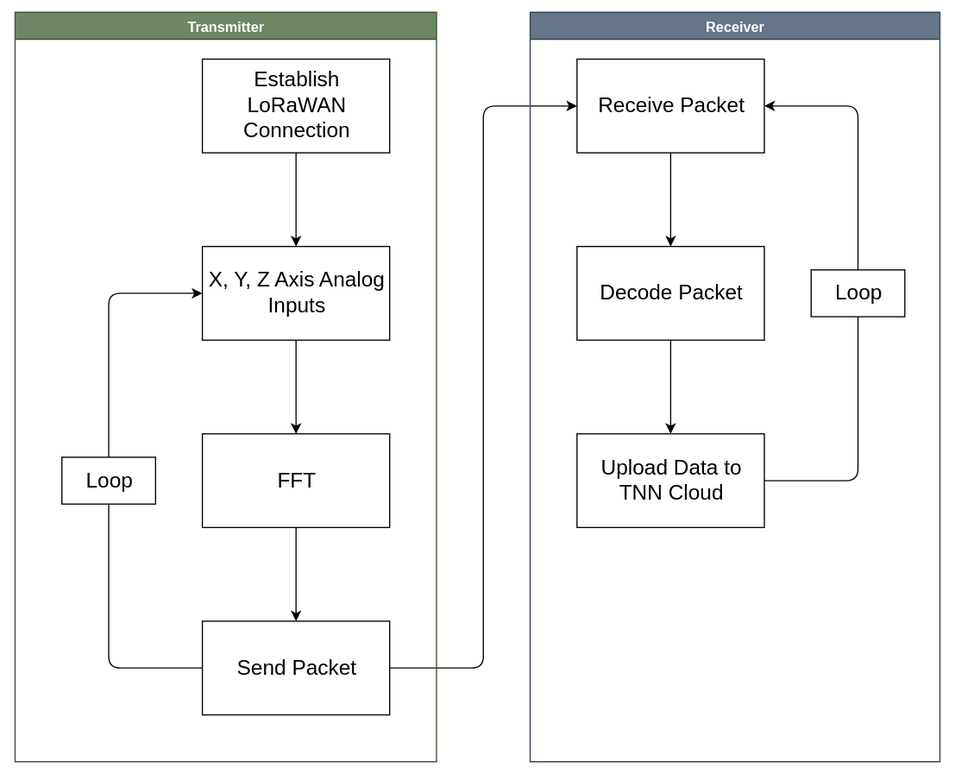
The draw.io diagram Thesis Notebook/Prototype/Documentation/High Level SW Diagram.svg in JessyBarber/Jessy-Thesis, before a commit. Source tidied: cells renumbered, new cells last; positions are measured from the earlier drawing's top-left corner, leaving out a move shared by most shapes. Source of this version:
```xml
<mxGraphModel>
  <root>
    <mxCell id="0" />
    <mxCell id="1" parent="0" />
    <mxCell id="2" style="edgeStyle=none;html=1;" parent="1" edge="1" source="3" target="5">
      <mxGeometry relative="1" as="geometry" />
    </mxCell>
    <mxCell id="3" value="&lt;font style=&quot;font-size: 18px&quot;&gt;Establish LoRaWAN Connection&lt;/font&gt;" style="rounded=0;whiteSpace=wrap;html=1;" parent="1" vertex="1">
      <mxGeometry x="160" y="40" width="160" height="80" as="geometry" />
    </mxCell>
    <mxCell id="4" style="edgeStyle=none;html=1;" parent="1" edge="1" source="5" target="7">
      <mxGeometry relative="1" as="geometry" />
    </mxCell>
    <mxCell id="5" value="&lt;span style=&quot;font-size: 18px&quot;&gt;X, Y, Z Axis Analog Inputs&lt;/span&gt;" style="rounded=0;whiteSpace=wrap;html=1;" parent="1" vertex="1">
      <mxGeometry x="160" y="200" width="160" height="80" as="geometry" />
    </mxCell>
    <mxCell id="6" style="edgeStyle=none;html=1;" parent="1" edge="1" source="7" target="10">
      <mxGeometry relative="1" as="geometry" />
    </mxCell>
    <mxCell id="7" value="&lt;span style=&quot;font-size: 18px&quot;&gt;FFT&lt;/span&gt;" style="rounded=0;whiteSpace=wrap;html=1;" parent="1" vertex="1">
      <mxGeometry x="160" y="360" width="160" height="80" as="geometry" />
    </mxCell>
    <mxCell id="8" style="edgeStyle=none;html=1;exitX=0;exitY=0.5;exitDx=0;exitDy=0;entryX=0;entryY=0.5;entryDx=0;entryDy=0;" parent="1" edge="1" source="10" target="5">
      <mxGeometry relative="1" as="geometry">
        <Array as="points">
          <mxPoint x="80" y="560" />
          <mxPoint x="80" y="240" />
        </Array>
      </mxGeometry>
    </mxCell>
    <mxCell id="9" style="edgeStyle=none;html=1;exitX=1;exitY=0.5;exitDx=0;exitDy=0;entryX=0;entryY=0.5;entryDx=0;entryDy=0;" parent="1" edge="1" source="10" target="13">
      <mxGeometry relative="1" as="geometry">
        <Array as="points">
          <mxPoint x="400" y="560" />
          <mxPoint x="400" y="80" />
        </Array>
      </mxGeometry>
    </mxCell>
    <mxCell id="10" value="&lt;span style=&quot;font-size: 18px&quot;&gt;Send Packet&lt;/span&gt;" style="rounded=0;whiteSpace=wrap;html=1;" parent="1" vertex="1">
      <mxGeometry x="160" y="520" width="160" height="80" as="geometry" />
    </mxCell>
    <mxCell id="11" value="&lt;span style=&quot;font-size: 18px&quot;&gt;Loop&lt;/span&gt;" style="rounded=0;whiteSpace=wrap;html=1;" parent="1" vertex="1">
      <mxGeometry x="40" y="380" width="80" height="40" as="geometry" />
    </mxCell>
    <mxCell id="12" style="edgeStyle=none;html=1;" parent="1" edge="1" source="13" target="15">
      <mxGeometry relative="1" as="geometry" />
    </mxCell>
    <mxCell id="13" value="&lt;span style=&quot;font-size: 18px&quot;&gt;Receive Packet&lt;/span&gt;" style="rounded=0;whiteSpace=wrap;html=1;" parent="1" vertex="1">
      <mxGeometry x="480" y="40" width="160" height="80" as="geometry" />
    </mxCell>
    <mxCell id="14" style="edgeStyle=none;html=1;" parent="1" edge="1" source="15" target="17">
      <mxGeometry relative="1" as="geometry" />
    </mxCell>
    <mxCell id="15" value="&lt;span style=&quot;font-size: 18px&quot;&gt;Decode Packet&lt;br&gt;&lt;/span&gt;" style="rounded=0;whiteSpace=wrap;html=1;" parent="1" vertex="1">
      <mxGeometry x="480" y="200" width="160" height="80" as="geometry" />
    </mxCell>
    <mxCell id="16" style="edgeStyle=none;html=1;exitX=1;exitY=0.5;exitDx=0;exitDy=0;entryX=1;entryY=0.5;entryDx=0;entryDy=0;" parent="1" edge="1" source="17" target="13">
      <mxGeometry relative="1" as="geometry">
        <Array as="points">
          <mxPoint x="720" y="400" />
          <mxPoint x="720" y="80" />
        </Array>
      </mxGeometry>
    </mxCell>
    <mxCell id="17" value="&lt;span style=&quot;font-size: 18px&quot;&gt;Upload Data to TNN Cloud&lt;br&gt;&lt;/span&gt;" style="rounded=0;whiteSpace=wrap;html=1;" parent="1" vertex="1">
      <mxGeometry x="480" y="360" width="160" height="80" as="geometry" />
    </mxCell>
    <mxCell id="18" value="&lt;span style=&quot;font-size: 18px&quot;&gt;Loop&lt;/span&gt;" style="rounded=0;whiteSpace=wrap;html=1;" parent="1" vertex="1">
      <mxGeometry x="680" y="220" width="80" height="40" as="geometry" />
    </mxCell>
    <mxCell id="19" value="Transmitter" style="swimlane;fillColor=#6d8764;strokeColor=#3A5431;fontColor=#ffffff;" parent="1" vertex="1">
      <mxGeometry width="360" height="640" as="geometry" />
    </mxCell>
    <mxCell id="20" value="Receiver" style="swimlane;fillColor=#647687;strokeColor=#314354;fontColor=#ffffff;" parent="1" vertex="1">
      <mxGeometry x="440" width="350" height="640" as="geometry" />
    </mxCell>
  </root>
</mxGraphModel>
```
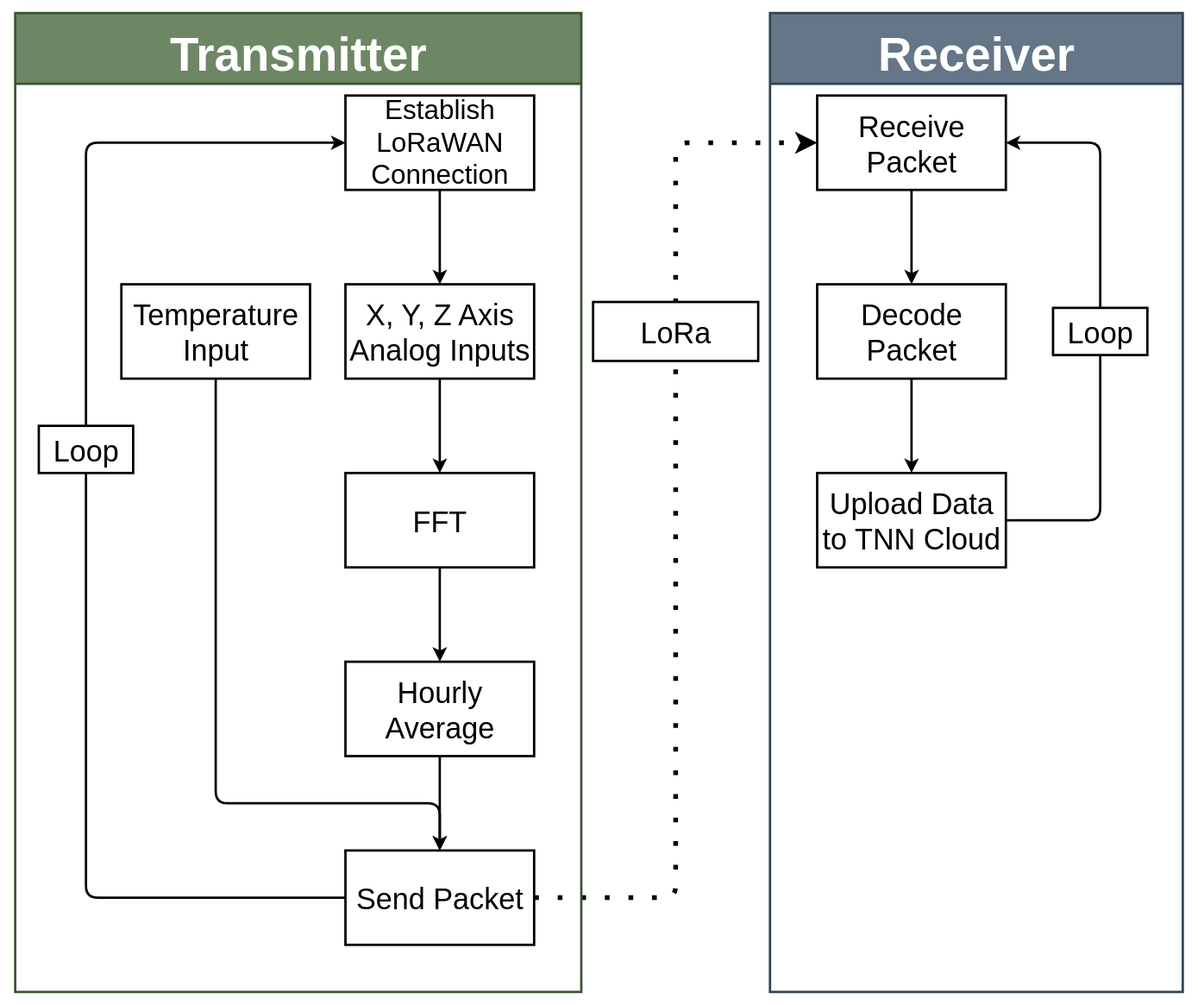
After the commit.

Diff of the diagram source:
```diff
@@ -2,77 +2,98 @@
   <root>
     <mxCell id="0" />
     <mxCell id="1" parent="0" />
-    <mxCell id="2" style="edgeStyle=none;html=1;" parent="1" edge="1" source="3" target="5">
+    <mxCell id="2" style="edgeStyle=none;html=1;strokeWidth=2;" parent="1" edge="1" source="3" target="5">
       <mxGeometry relative="1" as="geometry" />
     </mxCell>
-    <mxCell id="3" value="&lt;font style=&quot;font-size: 18px&quot;&gt;Establish LoRaWAN Connection&lt;/font&gt;" style="rounded=0;whiteSpace=wrap;html=1;" parent="1" vertex="1">
-      <mxGeometry x="160" y="40" width="160" height="80" as="geometry" />
+    <mxCell id="3" value="&lt;font style=&quot;font-size: 23px&quot;&gt;Establish LoRaWAN Connection&lt;/font&gt;" style="rounded=0;whiteSpace=wrap;html=1;strokeWidth=2;" parent="1" vertex="1">
+      <mxGeometry x="120" y="40" width="160" height="80" as="geometry" />
     </mxCell>
-    <mxCell id="4" style="edgeStyle=none;html=1;" parent="1" edge="1" source="5" target="7">
+    <mxCell id="4" style="edgeStyle=none;html=1;strokeWidth=2;" parent="1" edge="1" source="5" target="7">
       <mxGeometry relative="1" as="geometry" />
     </mxCell>
-    <mxCell id="5" value="&lt;span style=&quot;font-size: 18px&quot;&gt;X, Y, Z Axis Analog Inputs&lt;/span&gt;" style="rounded=0;whiteSpace=wrap;html=1;" parent="1" vertex="1">
-      <mxGeometry x="160" y="200" width="160" height="80" as="geometry" />
+    <mxCell id="5" value="&lt;font style=&quot;font-size: 25px&quot;&gt;X, Y, Z Axis Analog Inputs&lt;/font&gt;" style="rounded=0;whiteSpace=wrap;html=1;strokeWidth=2;" parent="1" vertex="1">
+      <mxGeometry x="120" y="200" width="160" height="80" as="geometry" />
     </mxCell>
-    <mxCell id="6" style="edgeStyle=none;html=1;" parent="1" edge="1" source="7" target="10">
-      <mxGeometry relative="1" as="geometry" />
-    </mxCell>
+    <mxCell id="21" style="edgeStyle=none;html=1;entryX=0.5;entryY=0;entryDx=0;entryDy=0;strokeWidth=2;" parent="1" edge="1" source="7" target="25">
+      <mxGeometry relative="1" as="geometry" />
+    </mxCell>
-    <mxCell id="7" value="&lt;span style=&quot;font-size: 18px&quot;&gt;FFT&lt;/span&gt;" style="rounded=0;whiteSpace=wrap;html=1;" parent="1" vertex="1">
-      <mxGeometry x="160" y="360" width="160" height="80" as="geometry" />
+    <mxCell id="7" value="&lt;font style=&quot;font-size: 25px&quot;&gt;FFT&lt;/font&gt;" style="rounded=0;whiteSpace=wrap;html=1;strokeWidth=2;" parent="1" vertex="1">
+      <mxGeometry x="120" y="360" width="160" height="80" as="geometry" />
     </mxCell>
-    <mxCell id="8" style="edgeStyle=none;html=1;exitX=0;exitY=0.5;exitDx=0;exitDy=0;entryX=0;entryY=0.5;entryDx=0;entryDy=0;" parent="1" edge="1" source="10" target="5">
-      <mxGeometry relative="1" as="geometry">
-        <Array as="points">
-          <mxPoint x="80" y="560" />
-          <mxPoint x="80" y="240" />
-        </Array>
-      </mxGeometry>
-    </mxCell>
-    <mxCell id="9" style="edgeStyle=none;html=1;exitX=1;exitY=0.5;exitDx=0;exitDy=0;entryX=0;entryY=0.5;entryDx=0;entryDy=0;" parent="1" edge="1" source="10" target="13">
+    <mxCell id="9" style="edgeStyle=none;html=1;exitX=1;exitY=0.5;exitDx=0;exitDy=0;entryX=0;entryY=0.5;entryDx=0;entryDy=0;strokeWidth=4;dashed=1;dashPattern=1 4;" parent="1" edge="1" source="10" target="13">
       <mxGeometry relative="1" as="geometry">
         <Array as="points">
-          <mxPoint x="400" y="560" />
+          <mxPoint x="400" y="720" />
           <mxPoint x="400" y="80" />
         </Array>
       </mxGeometry>
     </mxCell>
-    <mxCell id="10" value="&lt;span style=&quot;font-size: 18px&quot;&gt;Send Packet&lt;/span&gt;" style="rounded=0;whiteSpace=wrap;html=1;" parent="1" vertex="1">
-      <mxGeometry x="160" y="520" width="160" height="80" as="geometry" />
-    </mxCell>
-    <mxCell id="11" value="&lt;span style=&quot;font-size: 18px&quot;&gt;Loop&lt;/span&gt;" style="rounded=0;whiteSpace=wrap;html=1;" parent="1" vertex="1">
-      <mxGeometry x="40" y="380" width="80" height="40" as="geometry" />
-    </mxCell>
+    <mxCell id="22" style="edgeStyle=none;html=1;exitX=0;exitY=0.5;exitDx=0;exitDy=0;entryX=0;entryY=0.5;entryDx=0;entryDy=0;strokeWidth=2;" parent="1" edge="1" source="10" target="3">
+      <mxGeometry relative="1" as="geometry">
+        <Array as="points">
+          <mxPoint x="-100" y="720" />
+          <mxPoint x="-100" y="80" />
+        </Array>
+      </mxGeometry>
+    </mxCell>
-    <mxCell id="12" style="edgeStyle=none;html=1;" parent="1" edge="1" source="13" target="15">
+    <mxCell id="12" style="edgeStyle=none;html=1;strokeWidth=2;" parent="1" edge="1" source="13" target="15">
       <mxGeometry relative="1" as="geometry" />
     </mxCell>
-    <mxCell id="13" value="&lt;span style=&quot;font-size: 18px&quot;&gt;Receive Packet&lt;/span&gt;" style="rounded=0;whiteSpace=wrap;html=1;" parent="1" vertex="1">
-      <mxGeometry x="480" y="40" width="160" height="80" as="geometry" />
+    <mxCell id="13" value="&lt;font style=&quot;font-size: 25px&quot;&gt;Receive Packet&lt;/font&gt;" style="rounded=0;whiteSpace=wrap;html=1;strokeWidth=2;" parent="1" vertex="1">
+      <mxGeometry x="520" y="40" width="160" height="80" as="geometry" />
     </mxCell>
-    <mxCell id="14" style="edgeStyle=none;html=1;" parent="1" edge="1" source="15" target="17">
+    <mxCell id="14" style="edgeStyle=none;html=1;strokeWidth=2;" parent="1" edge="1" source="15" target="17">
       <mxGeometry relative="1" as="geometry" />
     </mxCell>
-    <mxCell id="15" value="&lt;span style=&quot;font-size: 18px&quot;&gt;Decode Packet&lt;br&gt;&lt;/span&gt;" style="rounded=0;whiteSpace=wrap;html=1;" parent="1" vertex="1">
-      <mxGeometry x="480" y="200" width="160" height="80" as="geometry" />
+    <mxCell id="15" value="&lt;font style=&quot;font-size: 25px&quot;&gt;Decode Packet&lt;/font&gt;" style="rounded=0;whiteSpace=wrap;html=1;strokeWidth=2;" parent="1" vertex="1">
+      <mxGeometry x="520" y="200" width="160" height="80" as="geometry" />
     </mxCell>
-    <mxCell id="16" style="edgeStyle=none;html=1;exitX=1;exitY=0.5;exitDx=0;exitDy=0;entryX=1;entryY=0.5;entryDx=0;entryDy=0;" parent="1" edge="1" source="17" target="13">
+    <mxCell id="16" style="edgeStyle=none;html=1;exitX=1;exitY=0.5;exitDx=0;exitDy=0;entryX=1;entryY=0.5;entryDx=0;entryDy=0;strokeWidth=2;" parent="1" edge="1" source="17" target="13">
       <mxGeometry relative="1" as="geometry">
         <Array as="points">
-          <mxPoint x="720" y="400" />
-          <mxPoint x="720" y="80" />
+          <mxPoint x="760" y="400" />
+          <mxPoint x="760" y="80" />
         </Array>
       </mxGeometry>
     </mxCell>
-    <mxCell id="17" value="&lt;span style=&quot;font-size: 18px&quot;&gt;Upload Data to TNN Cloud&lt;br&gt;&lt;/span&gt;" style="rounded=0;whiteSpace=wrap;html=1;" parent="1" vertex="1">
-      <mxGeometry x="480" y="360" width="160" height="80" as="geometry" />
+    <mxCell id="17" value="&lt;font style=&quot;font-size: 25px&quot;&gt;Upload Data to TNN Cloud&lt;/font&gt;" style="rounded=0;whiteSpace=wrap;html=1;strokeWidth=2;" parent="1" vertex="1">
+      <mxGeometry x="520" y="360" width="160" height="80" as="geometry" />
     </mxCell>
-    <mxCell id="18" value="&lt;span style=&quot;font-size: 18px&quot;&gt;Loop&lt;/span&gt;" style="rounded=0;whiteSpace=wrap;html=1;" parent="1" vertex="1">
-      <mxGeometry x="680" y="220" width="80" height="40" as="geometry" />
+    <mxCell id="18" value="&lt;font style=&quot;font-size: 25px&quot;&gt;Loop&lt;/font&gt;" style="rounded=0;whiteSpace=wrap;html=1;strokeWidth=2;" parent="1" vertex="1">
+      <mxGeometry x="720" y="220" width="80" height="40" as="geometry" />
     </mxCell>
-    <mxCell id="19" value="Transmitter" style="swimlane;fillColor=#6d8764;strokeColor=#3A5431;fontColor=#ffffff;" parent="1" vertex="1">
-      <mxGeometry width="360" height="640" as="geometry" />
+    <mxCell id="19" value="Transmitter" style="swimlane;fillColor=#6d8764;strokeColor=#3A5431;fontColor=#ffffff;fontSize=40;strokeWidth=2;startSize=60;" parent="1" vertex="1">
+      <mxGeometry x="-160" y="-30" width="480" height="830" as="geometry" />
     </mxCell>
+    <mxCell id="23" value="&lt;font style=&quot;font-size: 25px&quot;&gt;Temperature Input&lt;/font&gt;" style="rounded=0;whiteSpace=wrap;html=1;strokeWidth=2;" parent="19" vertex="1">
+      <mxGeometry x="90" y="230" width="160" height="80" as="geometry" />
+    </mxCell>
+    <mxCell id="11" value="&lt;font style=&quot;font-size: 25px&quot;&gt;Loop&lt;/font&gt;" style="rounded=0;whiteSpace=wrap;html=1;strokeWidth=2;" parent="19" vertex="1">
+      <mxGeometry x="20" y="350" width="80" height="40" as="geometry" />
+    </mxCell>
+    <mxCell id="10" value="&lt;font style=&quot;font-size: 25px&quot;&gt;Send Packet&lt;/font&gt;" style="rounded=0;whiteSpace=wrap;html=1;strokeWidth=2;" parent="19" vertex="1">
+      <mxGeometry x="280" y="710" width="160" height="80" as="geometry" />
+    </mxCell>
+    <mxCell id="24" style="edgeStyle=none;html=1;entryX=0.5;entryY=0;entryDx=0;entryDy=0;strokeWidth=2;" parent="19" edge="1" source="25" target="10">
+      <mxGeometry relative="1" as="geometry" />
+    </mxCell>
+    <mxCell id="25" value="&lt;span style=&quot;font-size: 25px&quot;&gt;Hourly Average&lt;/span&gt;" style="rounded=0;whiteSpace=wrap;html=1;strokeWidth=2;" parent="19" vertex="1">
+      <mxGeometry x="280" y="550" width="160" height="80" as="geometry" />
+    </mxCell>
-    <mxCell id="20" value="Receiver" style="swimlane;fillColor=#647687;strokeColor=#314354;fontColor=#ffffff;" parent="1" vertex="1">
-      <mxGeometry x="440" width="350" height="640" as="geometry" />
+    <mxCell id="20" value="Receiver" style="swimlane;fillColor=#647687;strokeColor=#314354;fontColor=#ffffff;fontSize=40;strokeWidth=2;startSize=60;" parent="1" vertex="1">
+      <mxGeometry x="480" y="-30" width="350" height="830" as="geometry" />
     </mxCell>
+    <mxCell id="26" value="&lt;font style=&quot;font-size: 25px&quot;&gt;LoRa&lt;/font&gt;" style="rounded=0;whiteSpace=wrap;html=1;fontSize=20;strokeWidth=2;" parent="1" vertex="1">
+      <mxGeometry x="330" y="215" width="140" height="50" as="geometry" />
+    </mxCell>
+    <mxCell id="27" style="edgeStyle=none;html=1;exitX=0.5;exitY=1;exitDx=0;exitDy=0;strokeWidth=2;" parent="1" edge="1" source="23">
+      <mxGeometry relative="1" as="geometry">
+        <mxPoint x="200" y="680" as="targetPoint" />
+        <Array as="points">
+          <mxPoint x="10" y="640" />
+          <mxPoint x="200" y="640" />
+        </Array>
+      </mxGeometry>
+    </mxCell>
   </root>
 </mxGraphModel>
```
